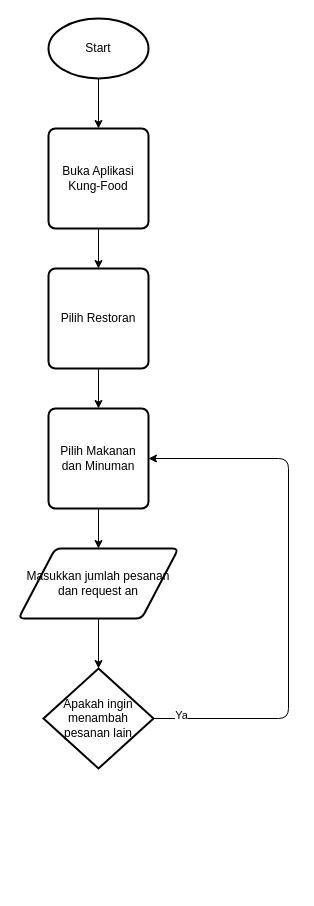
This is flowchart.drawio from christianasc30/Christian_Antonio-Food_Order_App, a draw.io file, before an edit. Source tidied: cells renumbered, new cells numbered last; positions are measured from the earlier drawing's top-left corner, leaving out a move shared by most shapes. Both pictures are drawn from the tidied source at 100%, with x=0, y=0 at pixel (18, 18).
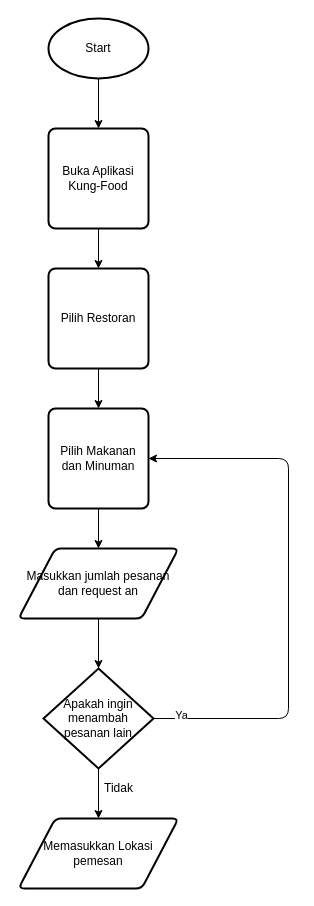
Above is the later version.

Commit message:
Membuat alur saat kondisi false

What changed in the source:
```diff
@@
 <mxGraphModel>
   <root>
     <mxCell id="0" />
     <mxCell id="1" parent="0" />
     <mxCell id="2" style="edgeStyle=none;html=1;exitX=0.5;exitY=1;exitDx=0;exitDy=0;exitPerimeter=0;entryX=0.5;entryY=0;entryDx=0;entryDy=0;" parent="1" edge="1" source="3" target="5">
       <mxGeometry relative="1" as="geometry" />
     </mxCell>
     <mxCell id="3" value="Start" style="strokeWidth=2;html=1;shape=mxgraph.flowchart.start_1;whiteSpace=wrap;" parent="1" vertex="1">
       <mxGeometry x="30" width="100" height="60" as="geometry" />
     </mxCell>
     <mxCell id="4" style="edgeStyle=none;html=1;exitX=0.5;exitY=1;exitDx=0;exitDy=0;entryX=0.5;entryY=0;entryDx=0;entryDy=0;" parent="1" edge="1" source="5" target="7">
       <mxGeometry relative="1" as="geometry" />
     </mxCell>
     <mxCell id="5" value="Buka Aplikasi Kung-Food" style="rounded=1;whiteSpace=wrap;html=1;absoluteArcSize=1;arcSize=14;strokeWidth=2;" parent="1" vertex="1">
       <mxGeometry x="30" y="110" width="100" height="100" as="geometry" />
     </mxCell>
     <mxCell id="6" style="edgeStyle=none;html=1;exitX=0.5;exitY=1;exitDx=0;exitDy=0;entryX=0.5;entryY=0;entryDx=0;entryDy=0;" parent="1" edge="1" source="7" target="9">
       <mxGeometry relative="1" as="geometry" />
     </mxCell>
     <mxCell id="7" value="Pilih Restoran" style="rounded=1;whiteSpace=wrap;html=1;absoluteArcSize=1;arcSize=14;strokeWidth=2;" parent="1" vertex="1">
       <mxGeometry x="30" y="250" width="100" height="100" as="geometry" />
     </mxCell>
     <mxCell id="8" style="edgeStyle=none;html=1;exitX=0.5;exitY=1;exitDx=0;exitDy=0;entryX=0.5;entryY=0;entryDx=0;entryDy=0;" parent="1" edge="1" source="9" target="11">
       <mxGeometry relative="1" as="geometry" />
     </mxCell>
     <mxCell id="9" value="Pilih Makanan dan Minuman" style="rounded=1;whiteSpace=wrap;html=1;absoluteArcSize=1;arcSize=14;strokeWidth=2;" parent="1" vertex="1">
       <mxGeometry x="30" y="390" width="100" height="100" as="geometry" />
     </mxCell>
     <mxCell id="10" style="edgeStyle=none;html=1;exitX=0.5;exitY=1;exitDx=0;exitDy=0;entryX=0.5;entryY=0;entryDx=0;entryDy=0;entryPerimeter=0;" parent="1" edge="1" source="11" target="14">
       <mxGeometry relative="1" as="geometry" />
     </mxCell>
     <mxCell id="11" value="Masukkan jumlah pesanan dan request an" style="shape=parallelogram;html=1;strokeWidth=2;perimeter=parallelogramPerimeter;whiteSpace=wrap;rounded=1;arcSize=12;size=0.23;" parent="1" vertex="1">
       <mxGeometry y="530" width="160" height="70" as="geometry" />
     </mxCell>
     <mxCell id="12" style="edgeStyle=none;html=1;exitX=1;exitY=0.5;exitDx=0;exitDy=0;exitPerimeter=0;entryX=1;entryY=0.5;entryDx=0;entryDy=0;" parent="1" edge="1" source="14" target="9">
       <mxGeometry relative="1" as="geometry">
         <Array as="points">
           <mxPoint x="270" y="700" />
           <mxPoint x="270" y="440" />
         </Array>
       </mxGeometry>
     </mxCell>
     <mxCell id="13" value="Ya" style="edgeLabel;html=1;align=center;verticalAlign=middle;" parent="12" vertex="1">
       <mxGeometry x="-0.9" y="4" relative="1" as="geometry" />
     </mxCell>
+    <mxCell id="15" style="edgeStyle=none;html=1;exitX=0.5;exitY=1;exitDx=0;exitDy=0;exitPerimeter=0;entryX=0.5;entryY=0;entryDx=0;entryDy=0;" parent="1" edge="1" source="14" target="16">
+      <mxGeometry relative="1" as="geometry" />
+    </mxCell>
     <mxCell id="14" value="Apakah ingin menambah pesanan lain" style="strokeWidth=2;html=1;shape=mxgraph.flowchart.decision;whiteSpace=wrap;" parent="1" vertex="1">
       <mxGeometry x="25" y="650" width="110" height="100" as="geometry" />
     </mxCell>
+    <mxCell id="16" value="Memasukkan Lokasi pemesan" style="shape=parallelogram;html=1;strokeWidth=2;perimeter=parallelogramPerimeter;whiteSpace=wrap;rounded=1;arcSize=12;size=0.23;" parent="1" vertex="1">
+      <mxGeometry y="800" width="160" height="70" as="geometry" />
+    </mxCell>
+    <mxCell id="17" value="Tidak" style="text;html=1;align=center;verticalAlign=middle;strokeColor=none;fillColor=none;" parent="1" vertex="1">
+      <mxGeometry x="80" y="760" width="40" height="20" as="geometry" />
+    </mxCell>
   </root>
 </mxGraphModel>
```
